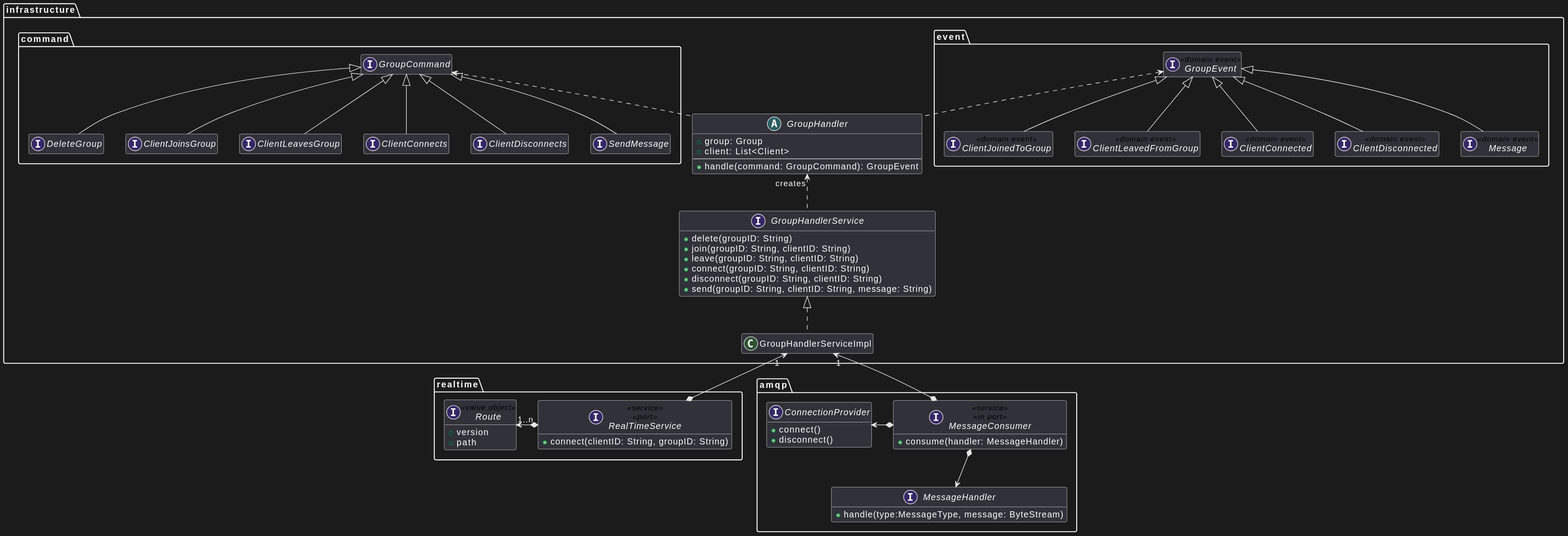
This is res/chat-service-structure-infrastructure-dark.svg from position-pal/position-pal.github.io, a PlantUML export, as it was before one commit.
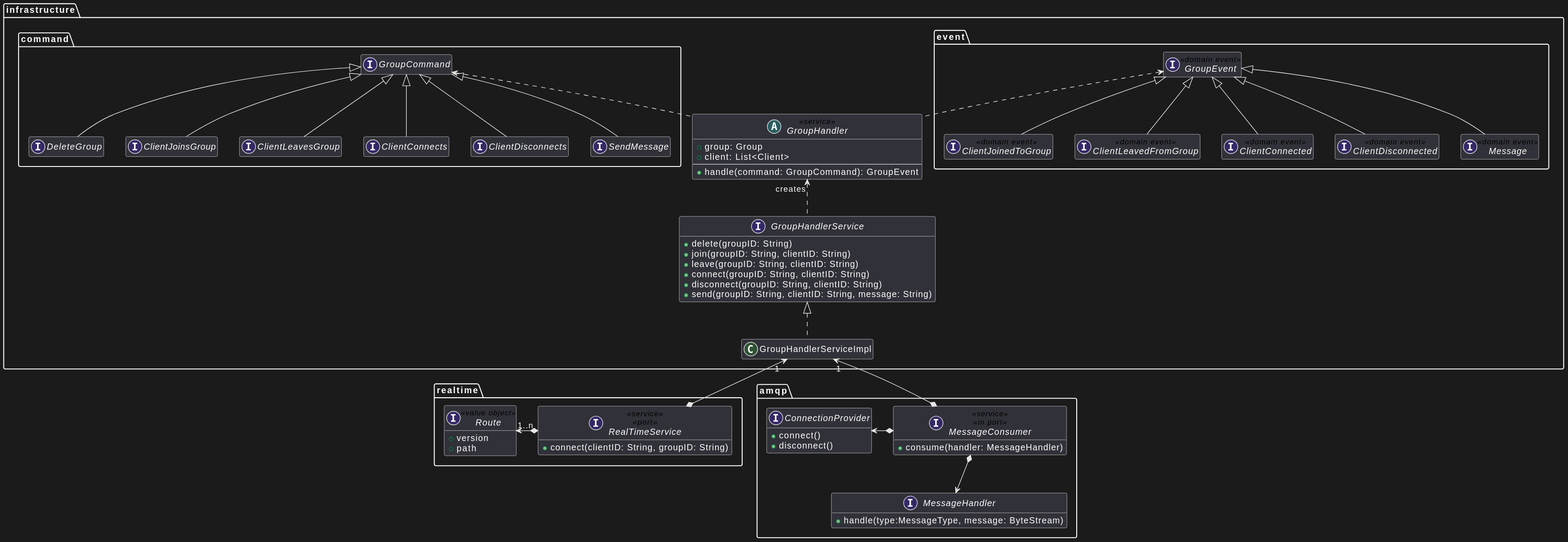
After the change.

Change to the diagram source:
```diff
@@ -22,7 +22,7 @@
     }
 
 
-    abstract class GroupHandler {
+    abstract class GroupHandler <<service>> {
         + group: Group
         + client: List<Client>
         --
@@ -31,7 +31,6 @@
 
     GroupHandler .up.> GroupCommand
     GroupHandler .up.> GroupEvent
-
 
     interface GroupHandlerService {
         + delete(groupID: String)
@@ -58,8 +57,6 @@
             + connect(clientID: String, groupID: String)
         }
 
-
-
         RealTimeService *-left-> "1..n" Route
         RealTimeService *-up-> "1" GroupHandlerServiceImpl
 }
```
